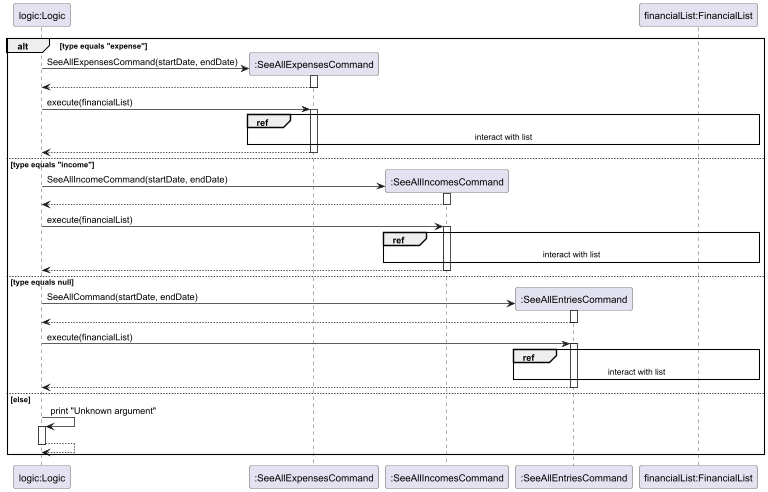
Before: docs/UML/SeeAllEntriesCreateCommand.png, a diagram exported from PlantUML (nus-cs2113-AY2425S1/tp).
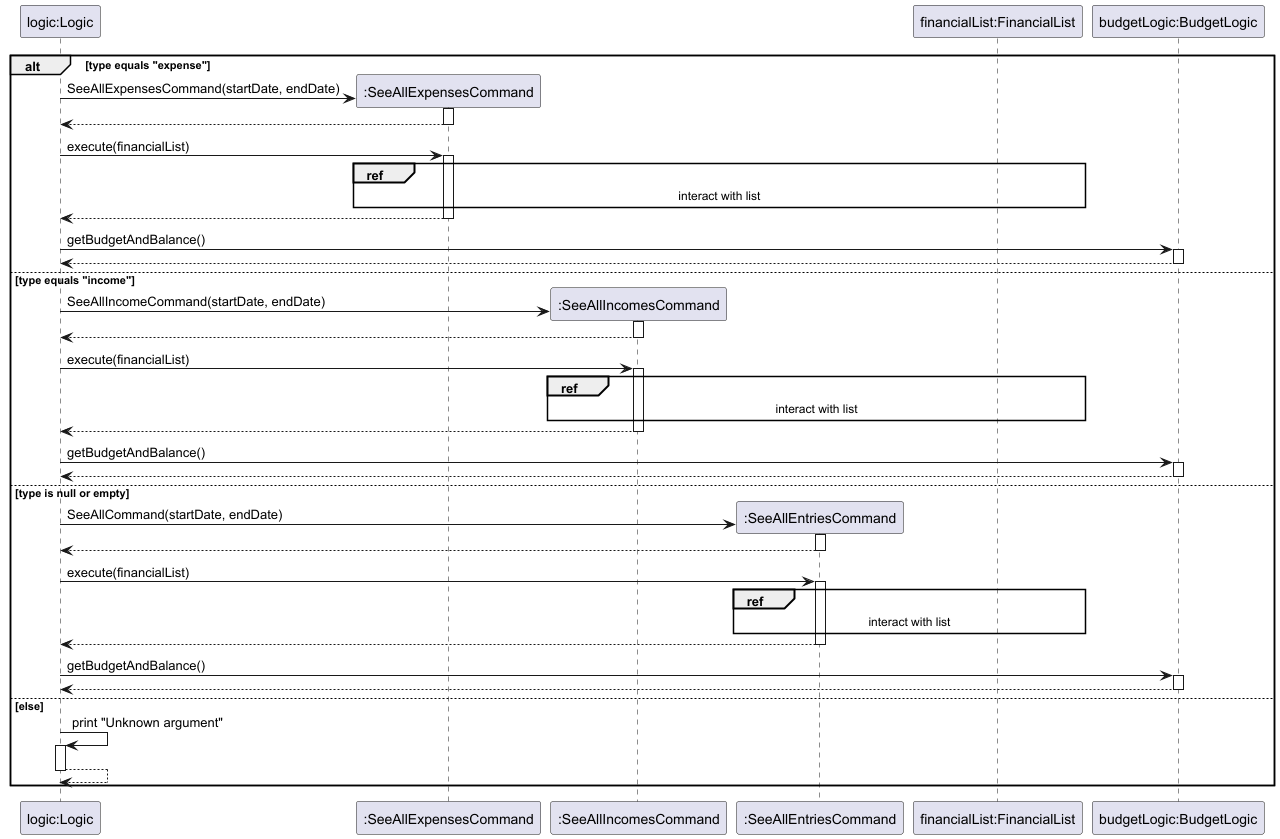
Later version of the same file.

The edit, as a diff of the source:
```diff
@@ -4,6 +4,7 @@
 participant ":SeeAllIncomesCommand" as income
 participant ":SeeAllEntriesCommand" as all
 participant "financialList:FinancialList" as list
+participant "budgetLogic:BudgetLogic" as bl
 
     alt type equals "expense"
         create expense
@@ -16,6 +17,9 @@
         interact with list
         end
         return
+        app -> bl : getBudgetAndBalance()
+        activate bl
+        return
     else type equals "income"
         create income
         app -> income ** : SeeAllIncomeCommand(startDate, endDate)
@@ -27,7 +31,10 @@
         interact with list
         end
         return
-    else type equals null
+        app -> bl : getBudgetAndBalance()
+        activate bl
+        return
+    else type is null or empty
         create all
         app -> all ** : SeeAllCommand(startDate, endDate)
         activate all
@@ -38,6 +45,9 @@
         interact with list
         end
         return
+        app -> bl : getBudgetAndBalance()
+        activate bl
+        return
     else else
         app -> app : print "Unknown argument"
         activate app
```
